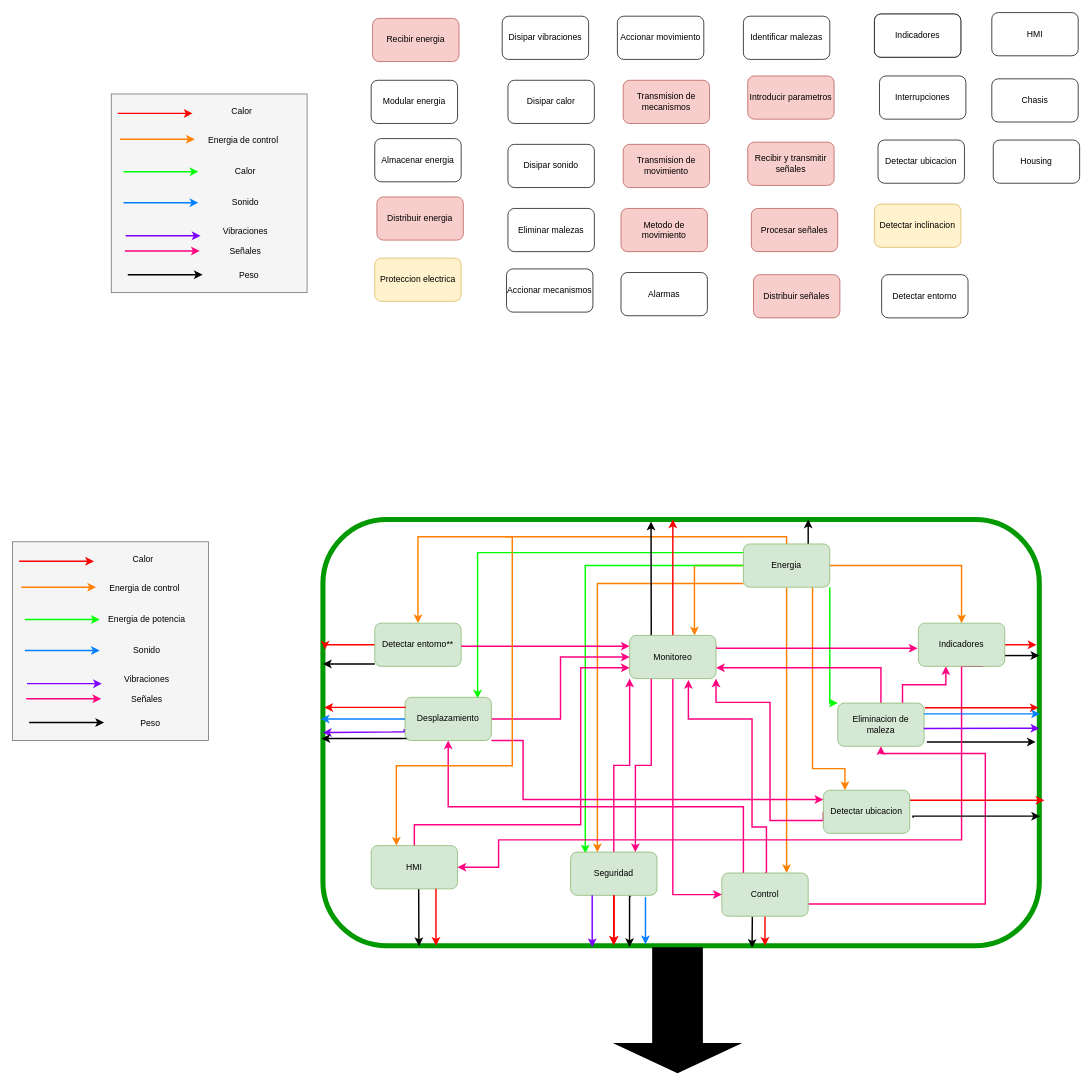
Dartherick/DSM keeps this draw.io diagram as page "Análisis de Interacciones" (2 of 4) of Diseño pt1.drawio. Above is the earlier version. Source tidied: cells renumbered, new cells numbered last; positions are measured from the earlier drawing's top-left corner, leaving out a move shared by most shapes. Both pictures are drawn from the tidied source at 72%, with x=0, y=0 at pixel (12, 12).
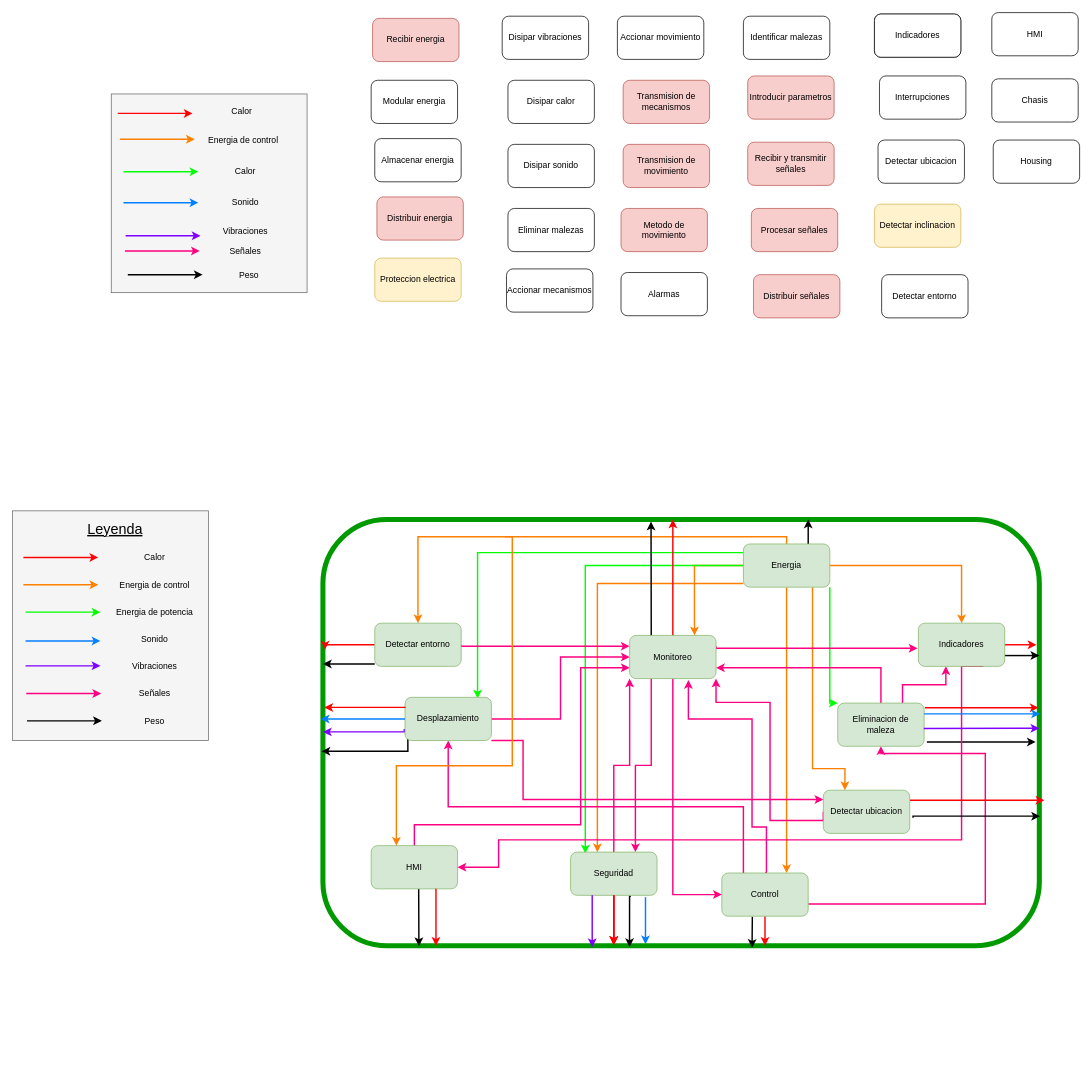
After the change.

The change refers to these unchanged cells:
```xml
<mxCell id="2" style="rounded=1;whiteSpace=wrap;html=1;strokeWidth=7;strokeColor=#009900;" parent="1" vertex="1">
  <mxGeometry x="431" y="704" width="995" height="592" as="geometry" />
</mxCell>
<mxCell id="101" value="Desplazamiento" style="rounded=1;whiteSpace=wrap;html=1;fillColor=#d5e8d4;strokeColor=#82b366;" parent="1" vertex="1">
  <mxGeometry x="545" y="951" width="120" height="60" as="geometry" />
</mxCell>
```

Diff of the diagram source:
```diff
@@
     <mxCell id="47" style="rounded=0;whiteSpace=wrap;html=1;fillColor=#f5f5f5;fontColor=#333333;strokeColor=#666666;" parent="1" vertex="1">
-      <mxGeometry y="735" width="272" height="276" as="geometry" />
+      <mxGeometry y="692" width="272" height="319" as="geometry" />
     </mxCell>
     <mxCell id="48" style="endArrow=classic;html=1;rounded=0;strokeColor=#FF0000;strokeWidth=2;" parent="1" edge="1">
       <mxGeometry relative="1" as="geometry">
-        <mxPoint x="9" y="762" as="sourcePoint" />
-        <mxPoint x="113" y="762" as="targetPoint" />
+        <mxPoint x="15" y="756.7" as="sourcePoint" />
+        <mxPoint x="119" y="756.7" as="targetPoint" />
       </mxGeometry>
     </mxCell>
     <mxCell id="49" style="endArrow=classic;html=1;rounded=0;strokeColor=#FF8000;strokeWidth=2;" parent="1" edge="1">
       <mxGeometry relative="1" as="geometry">
-        <mxPoint x="12" y="798" as="sourcePoint" />
-        <mxPoint x="116" y="798" as="targetPoint" />
+        <mxPoint x="15" y="794.7" as="sourcePoint" />
+        <mxPoint x="119" y="794.7" as="targetPoint" />
       </mxGeometry>
     </mxCell>
     <mxCell id="50" style="endArrow=classic;html=1;rounded=0;strokeColor=#00FF00;strokeWidth=2;" parent="1" edge="1">
       <mxGeometry relative="1" as="geometry">
-        <mxPoint x="17" y="843" as="sourcePoint" />
-        <mxPoint x="121" y="843" as="targetPoint" />
+        <mxPoint x="18" y="832.7" as="sourcePoint" />
+        <mxPoint x="122" y="832.7" as="targetPoint" />
       </mxGeometry>
     </mxCell>
     <mxCell id="51" style="endArrow=classic;html=1;rounded=0;strokeColor=#007FFF;strokeWidth=2;" parent="1" edge="1">
       <mxGeometry relative="1" as="geometry">
-        <mxPoint x="17" y="886" as="sourcePoint" />
-        <mxPoint x="121" y="886" as="targetPoint" />
+        <mxPoint x="18" y="872.7" as="sourcePoint" />
+        <mxPoint x="122" y="872.7" as="targetPoint" />
       </mxGeometry>
     </mxCell>
     <mxCell id="52" style="endArrow=classic;html=1;rounded=0;strokeColor=#7F00FF;strokeWidth=2;" parent="1" edge="1">
       <mxGeometry relative="1" as="geometry">
-        <mxPoint x="20" y="932" as="sourcePoint" />
-        <mxPoint x="124" y="932" as="targetPoint" />
+        <mxPoint x="18" y="907.3" as="sourcePoint" />
+        <mxPoint x="122" y="907.3" as="targetPoint" />
       </mxGeometry>
     </mxCell>
     <mxCell id="53" style="endArrow=classic;html=1;rounded=0;strokeColor=#FF0080;strokeWidth=2;" parent="1" edge="1">
       <mxGeometry relative="1" as="geometry">
-        <mxPoint x="19" y="953" as="sourcePoint" />
-        <mxPoint x="123" y="953" as="targetPoint" />
+        <mxPoint x="19" y="945.7" as="sourcePoint" />
+        <mxPoint x="123" y="945.7" as="targetPoint" />
       </mxGeometry>
     </mxCell>
     <mxCell id="54" style="endArrow=classic;html=1;rounded=0;strokeWidth=2;" parent="1" edge="1">
       <mxGeometry relative="1" as="geometry">
-        <mxPoint x="23" y="986" as="sourcePoint" />
-        <mxPoint x="127" y="986" as="targetPoint" />
+        <mxPoint x="20" y="983.7" as="sourcePoint" />
+        <mxPoint x="124" y="983.7" as="targetPoint" />
       </mxGeometry>
     </mxCell>
     <mxCell id="55" value="Calor" style="text;html=1;strokeColor=none;fillColor=none;align=center;verticalAlign=middle;whiteSpace=wrap;rounded=0;" parent="1" vertex="1">
-      <mxGeometry x="125" y="745" width="113" height="30" as="geometry" />
+      <mxGeometry x="141" y="742" width="113" height="30" as="geometry" />
     </mxCell>
     <mxCell id="56" value="Energia de control" style="text;html=1;strokeColor=none;fillColor=none;align=center;verticalAlign=middle;whiteSpace=wrap;rounded=0;" parent="1" vertex="1">
-      <mxGeometry x="127" y="785" width="113" height="30" as="geometry" />
+      <mxGeometry x="141" y="780" width="113" height="30" as="geometry" />
     </mxCell>
     <mxCell id="57" value="Energia de potencia" style="text;html=1;strokeColor=none;fillColor=none;align=center;verticalAlign=middle;whiteSpace=wrap;rounded=0;" parent="1" vertex="1">
-      <mxGeometry x="130" y="828" width="113" height="30" as="geometry" />
+      <mxGeometry x="141" y="818" width="113" height="30" as="geometry" />
     </mxCell>
     <mxCell id="58" value="Sonido" style="text;html=1;strokeColor=none;fillColor=none;align=center;verticalAlign=middle;whiteSpace=wrap;rounded=0;" parent="1" vertex="1">
-      <mxGeometry x="130" y="871" width="113" height="30" as="geometry" />
+      <mxGeometry x="141" y="856" width="113" height="30" as="geometry" />
     </mxCell>
     <mxCell id="59" value="Vibraciones" style="text;html=1;strokeColor=none;fillColor=none;align=center;verticalAlign=middle;whiteSpace=wrap;rounded=0;" parent="1" vertex="1">
-      <mxGeometry x="130" y="911" width="113" height="30" as="geometry" />
+      <mxGeometry x="141" y="893" width="113" height="30" as="geometry" />
     </mxCell>
     <mxCell id="60" value="Señales" style="text;html=1;strokeColor=none;fillColor=none;align=center;verticalAlign=middle;whiteSpace=wrap;rounded=0;" parent="1" vertex="1">
-      <mxGeometry x="130" y="939" width="113" height="30" as="geometry" />
+      <mxGeometry x="141" y="931" width="113" height="30" as="geometry" />
     </mxCell>
     <mxCell id="61" value="Peso" style="text;html=1;strokeColor=none;fillColor=none;align=center;verticalAlign=middle;whiteSpace=wrap;rounded=0;" parent="1" vertex="1">
-      <mxGeometry x="135" y="972" width="113" height="30" as="geometry" />
+      <mxGeometry x="141" y="969" width="113" height="30" as="geometry" />
     </mxCell>
@@
-    <mxCell id="98" style="edgeStyle=orthogonalEdgeStyle;rounded=0;jettySize=auto;html=1;entryX=0;entryY=0.5;entryDx=0;entryDy=0;fontSize=11;strokeColor=#7F00FF;strokeWidth=2;" parent="1" edge="1" target="2">
+    <mxCell id="98" style="edgeStyle=orthogonalEdgeStyle;rounded=0;orthogonalLoop=1;jettySize=auto;html=1;fontSize=11;strokeColor=#7F00FF;strokeWidth=2;" parent="1" edge="1">
       <mxGeometry relative="1" as="geometry">
         <mxPoint x="527" y="999" as="sourcePoint" />
+        <mxPoint x="431" y="999" as="targetPoint" />
         <Array as="points">
           <mxPoint x="544" y="999" />
           <mxPoint x="544" y="996" />
           <mxPoint x="546" y="996" />
           <mxPoint x="546" y="999" />
         </Array>
       </mxGeometry>
     </mxCell>
@@
-    <mxCell id="100" style="edgeStyle=orthogonalEdgeStyle;rounded=0;jettySize=auto;html=1;startArrow=none;endArrow=classic;exitX=0.033;exitY=0.952;exitDx=0;exitDy=0;exitPerimeter=0;entryX=-0.002;entryY=0.514;entryDx=0;entryDy=0;entryPerimeter=0;strokeWidth=2;" parent="1" edge="1" source="101" target="2">
+    <mxCell id="100" style="edgeStyle=orthogonalEdgeStyle;rounded=0;jettySize=auto;html=1;startArrow=none;endArrow=classic;exitX=0.033;exitY=0.952;exitDx=0;exitDy=0;exitPerimeter=0;strokeWidth=2;" parent="1" edge="1" source="101">
       <mxGeometry relative="1" as="geometry">
+        <mxPoint x="429" y="1026" as="targetPoint" />
         <Array as="points">
-          <mxPoint x="489" y="1008" />
-          <mxPoint x="489" y="1008" />
+          <mxPoint x="549" y="1026" />
+          <mxPoint x="429" y="1026" />
         </Array>
       </mxGeometry>
     </mxCell>
@@
-    <mxCell id="113" value="Detectar entorno**" style="rounded=1;whiteSpace=wrap;html=1;fillColor=#d5e8d4;strokeColor=#82b366;" parent="1" vertex="1">
+    <mxCell id="113" value="Detectar entorno" style="rounded=1;whiteSpace=wrap;html=1;fillColor=#d5e8d4;strokeColor=#82b366;" parent="1" vertex="1">
       <mxGeometry x="503" y="848" width="120" height="60" as="geometry" />
     </mxCell>
@@
-    <mxCell id="124" style="html=1;align=center;verticalAlign=middle;shape=mxgraph.arrows2.arrow;dy=0.6;dx=40;notch=0;rotation=90;rounded=0;fontSize=11;strokeWidth=2;labelBackgroundColor=#ffffff;endArrow=classic;fillColor=#000000;" parent="1" vertex="1">
-      <mxGeometry x="837" y="1300" width="173" height="171" as="geometry" />
-    </mxCell>
+    <mxCell id="125" value="Leyenda" style="text;html=1;strokeColor=none;fillColor=none;align=center;verticalAlign=middle;whiteSpace=wrap;rounded=0;fontSize=20;fontStyle=4;" parent="1" vertex="1">
+      <mxGeometry x="86" y="702" width="113" height="30" as="geometry" />
+    </mxCell>
```
